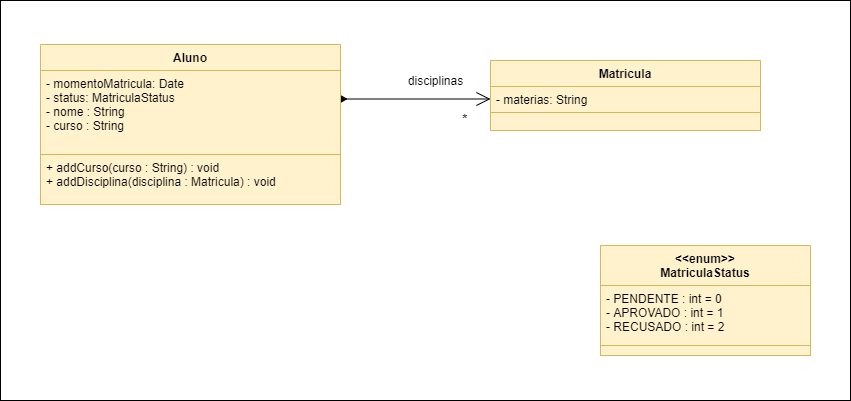
SergioMonteiroRibeiro/UML-MATRICULA-DISCIPLINAS-JAVA keeps this draw.io diagram as UML V 001.png. Above is the earlier version. Source tidied: cells renumbered, new cells last; positions are measured from the earlier drawing's top-left corner, leaving out a move shared by most shapes.
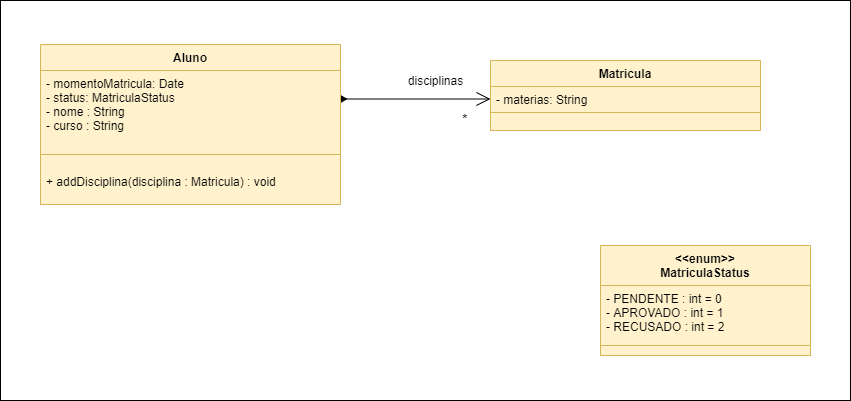
Above is the later version.

Diff of the diagram source:
```diff
@@ -29,7 +29,7 @@
     <mxCell id="9" value="- momentoMatricula: Date&#10;- status: MatriculaStatus&#10;- nome : String&#10;- curso : String &#10;&#10;" style="text;strokeColor=#d6b656;fillColor=#fff2cc;align=left;verticalAlign=top;spacingLeft=4;spacingRight=4;overflow=hidden;" parent="8" vertex="1">
       <mxGeometry y="26" width="300" height="84" as="geometry" />
     </mxCell>
-    <mxCell id="10" value="+ addCurso(curso : String) : void &#10;+ addDisciplina(disciplina : Matricula) : void&#10;" style="text;strokeColor=#d6b656;fillColor=#fff2cc;align=left;verticalAlign=top;spacingLeft=4;spacingRight=4;overflow=hidden;" parent="8" vertex="1">
+    <mxCell id="10" value=" &#10;+ addDisciplina(disciplina : Matricula) : void&#10;" style="text;strokeColor=#d6b656;fillColor=#fff2cc;align=left;verticalAlign=top;spacingLeft=4;spacingRight=4;overflow=hidden;" parent="8" vertex="1">
       <mxGeometry y="110" width="300" height="50" as="geometry" />
     </mxCell>
     <mxCell id="11" value="&lt;&lt;enum&gt;&gt;&#10;MatriculaStatus" style="swimlane;fontStyle=1;align=center;verticalAlign=top;horizontal=1;startSize=40;fillColor=#fff2cc;strokeColor=#d6b656;" parent="1" vertex="1">
```
